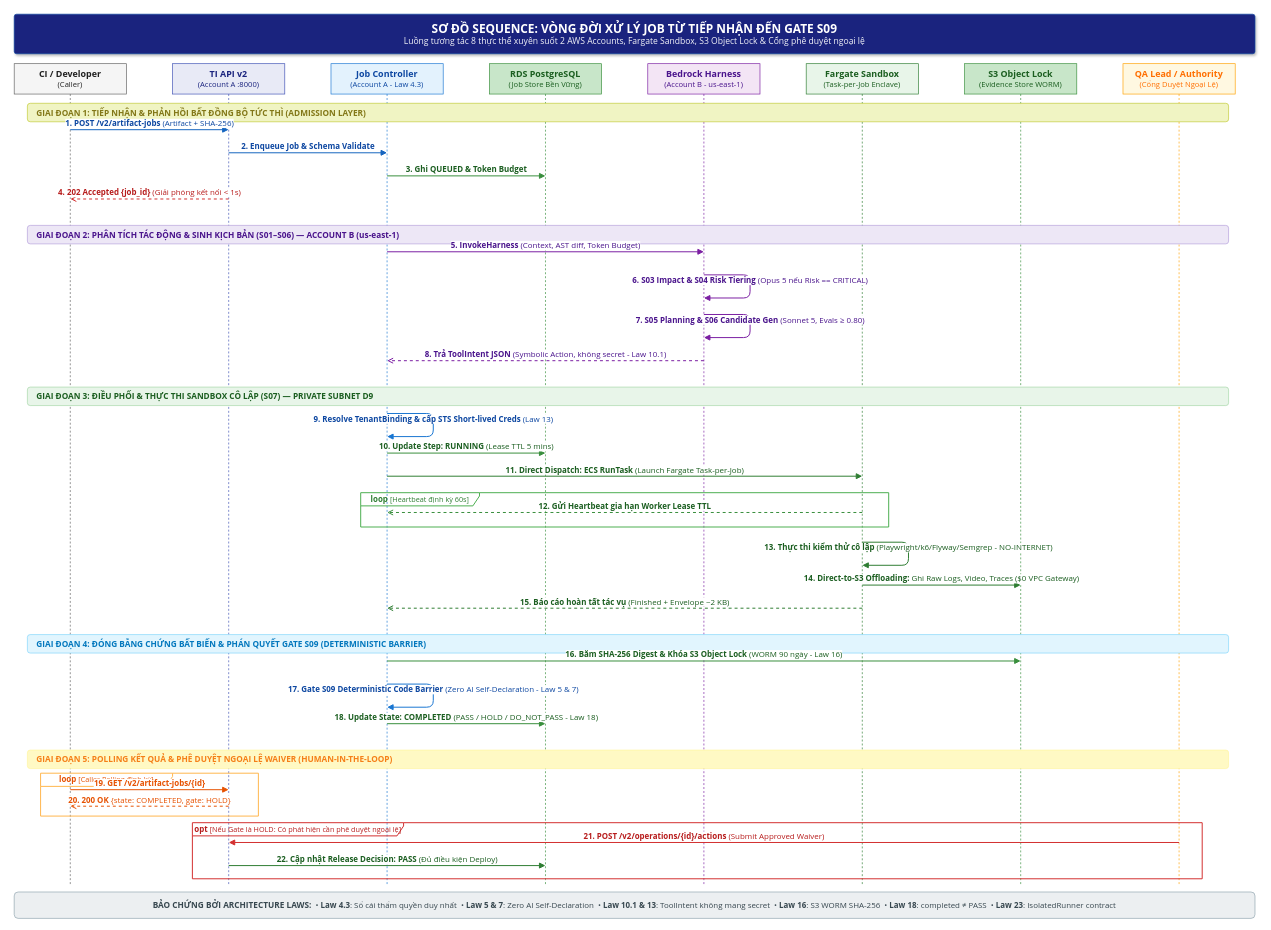
Above: diagram/images/TI_Sequence_Lifecycle.drawio in BuiThanhNghiaDTU19122004/TestIntelligent_doc (draw.io), before the change. Source tidied: cells renumbered, new cells numbered last; positions are measured from the earlier drawing's top-left corner, leaving out a move shared by most shapes. Both pictures are drawn from the tidied source at 66%, with x=0, y=0 at pixel (14, 14).
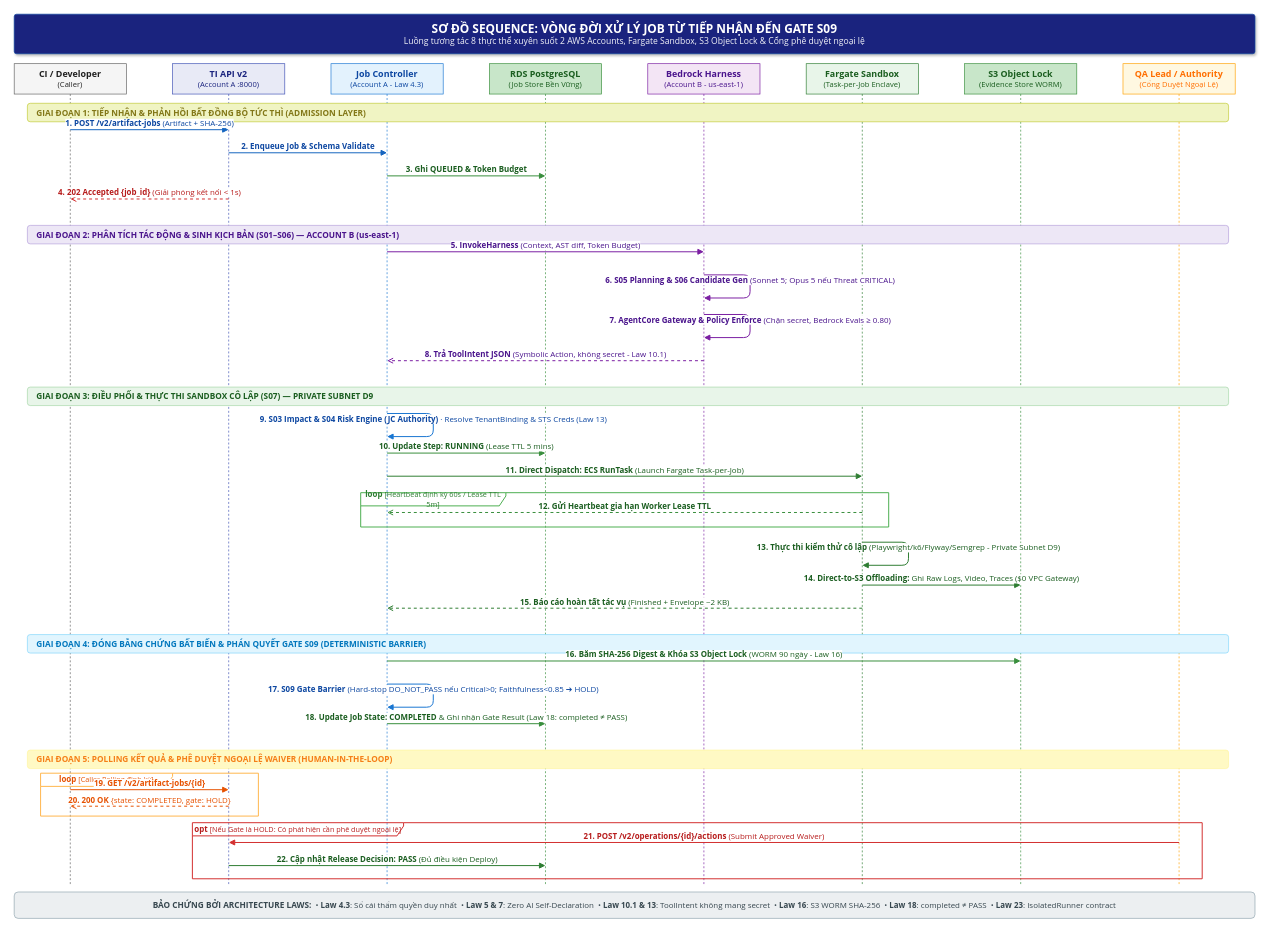
Above is the later version.

The edit, as a diff of the source:
```diff
@@
-    <mxCell id="18" value="&lt;b style=&quot;font-size: 12px;&quot;&gt;6. S03 Impact &amp;amp; S04 Risk Tiering&lt;/b&gt; (Opus 5 nếu Risk == CRITICAL)" style="html=1;verticalAlign=bottom;endArrow=block;rounded=1;fontFamily=Segoe UI, Arial, sans-serif;fontSize=12;strokeColor=#7b1fa2;strokeWidth=1.5;fontColor=#4a148c;labelBackgroundColor=#ffffff;" parent="1" edge="1">
+    <mxCell id="18" value="&lt;b style=&quot;font-size: 12px;&quot;&gt;6. S05 Planning &amp;amp; S06 Candidate Gen&lt;/b&gt; (Sonnet 5; Opus 5 nếu Threat CRITICAL)" style="html=1;verticalAlign=bottom;endArrow=block;rounded=1;fontFamily=Segoe UI, Arial, sans-serif;fontSize=12;strokeColor=#7b1fa2;strokeWidth=1.5;fontColor=#4a148c;labelBackgroundColor=#ffffff;" parent="1" edge="1">
       <mxGeometry relative="1" as="geometry">
         <mxPoint x="1045" y="395" as="sourcePoint" />
         <mxPoint x="1045" y="430" as="targetPoint" />
         <Array as="points">
           <mxPoint x="1115" y="395" />
           <mxPoint x="1115" y="430" />
         </Array>
       </mxGeometry>
     </mxCell>
-    <mxCell id="19" value="&lt;b style=&quot;font-size: 12px;&quot;&gt;7. S05 Planning &amp;amp; S06 Candidate Gen&lt;/b&gt; (Sonnet 5, Evals &amp;ge; 0.80)" style="html=1;verticalAlign=bottom;endArrow=block;rounded=1;fontFamily=Segoe UI, Arial, sans-serif;fontSize=12;strokeColor=#7b1fa2;strokeWidth=1.5;fontColor=#4a148c;labelBackgroundColor=#ffffff;" parent="1" edge="1">
+    <mxCell id="19" value="&lt;b style=&quot;font-size: 12px;&quot;&gt;7. AgentCore Gateway &amp;amp; Policy Enforce&lt;/b&gt; (Chặn secret, Bedrock Evals &amp;ge; 0.80)" style="html=1;verticalAlign=bottom;endArrow=block;rounded=1;fontFamily=Segoe UI, Arial, sans-serif;fontSize=12;strokeColor=#7b1fa2;strokeWidth=1.5;fontColor=#4a148c;labelBackgroundColor=#ffffff;" parent="1" edge="1">
       <mxGeometry relative="1" as="geometry">
         <mxPoint x="1045" y="455" as="sourcePoint" />
         <mxPoint x="1045" y="490" as="targetPoint" />
         <Array as="points">
           <mxPoint x="1115" y="455" />
           <mxPoint x="1115" y="490" />
         </Array>
       </mxGeometry>
     </mxCell>
@@
-    <mxCell id="22" value="&lt;b style=&quot;font-size: 12px;&quot;&gt;9. Resolve TenantBinding &amp;amp; cấp STS Short-lived Creds&lt;/b&gt; (Law 13)" style="html=1;verticalAlign=bottom;endArrow=block;rounded=1;fontFamily=Segoe UI, Arial, sans-serif;fontSize=12;strokeColor=#1976d2;strokeWidth=1.5;fontColor=#0d47a1;labelBackgroundColor=#ffffff;" parent="1" edge="1">
+    <mxCell id="22" value="&lt;b style=&quot;font-size: 12px;&quot;&gt;9. S03 Impact &amp;amp; S04 Risk Engine (JC Authority)&lt;/b&gt; · Resolve TenantBinding &amp;amp; STS Creds (Law 13)" style="html=1;verticalAlign=bottom;endArrow=block;rounded=1;fontFamily=Segoe UI, Arial, sans-serif;fontSize=12;strokeColor=#1976d2;strokeWidth=1.5;fontColor=#0d47a1;labelBackgroundColor=#ffffff;" parent="1" edge="1">
       <mxGeometry relative="1" as="geometry">
         <mxPoint x="565" y="605" as="sourcePoint" />
         <mxPoint x="565" y="640" as="targetPoint" />
         <Array as="points">
           <mxPoint x="635" y="605" />
           <mxPoint x="635" y="640" />
         </Array>
       </mxGeometry>
     </mxCell>
@@
-    <mxCell id="25" value="&lt;b style=&quot;font-size: 12px;&quot;&gt;loop&lt;/b&gt; &lt;span style=&quot;font-size: 11px;&quot;&gt;[Heartbeat định kỳ 60s]&lt;/span&gt;" style="shape=umlFrame;whiteSpace=wrap;html=1;width=180;height=20;fillColor=none;strokeColor=#4caf50;strokeWidth=1.5;fontColor=#2e7d32;fontFamily=Segoe UI, Arial, sans-serif;" parent="1" vertex="1">
+    <mxCell id="25" value="&lt;b style=&quot;font-size: 12px;&quot;&gt;loop&lt;/b&gt; &lt;span style=&quot;font-size: 11px;&quot;&gt;[Heartbeat định kỳ 60s / Lease TTL 5m]&lt;/span&gt;" style="shape=umlFrame;whiteSpace=wrap;html=1;width=220;height=20;fillColor=none;strokeColor=#4caf50;strokeWidth=1.5;fontColor=#2e7d32;fontFamily=Segoe UI, Arial, sans-serif;" parent="1" vertex="1">
       <mxGeometry x="525" y="725" width="800" height="52" as="geometry" />
     </mxCell>
@@
-    <mxCell id="27" value="&lt;b style=&quot;font-size: 12px;&quot;&gt;13. Thực thi kiểm thử cô lập&lt;/b&gt; (Playwright/k6/Flyway/Semgrep - NO-INTERNET)" style="html=1;verticalAlign=bottom;endArrow=block;rounded=1;fontFamily=Segoe UI, Arial, sans-serif;fontSize=12;strokeColor=#2e7d32;strokeWidth=1.5;fontColor=#1b5e20;labelBackgroundColor=#ffffff;" parent="1" edge="1">
+    <mxCell id="27" value="&lt;b style=&quot;font-size: 12px;&quot;&gt;13. Thực thi kiểm thử cô lập&lt;/b&gt; (Playwright/k6/Flyway/Semgrep - Private Subnet D9)" style="html=1;verticalAlign=bottom;endArrow=block;rounded=1;fontFamily=Segoe UI, Arial, sans-serif;fontSize=12;strokeColor=#2e7d32;strokeWidth=1.5;fontColor=#1b5e20;labelBackgroundColor=#ffffff;" parent="1" edge="1">
       <mxGeometry relative="1" as="geometry">
         <mxPoint x="1285" y="800" as="sourcePoint" />
         <mxPoint x="1285" y="835" as="targetPoint" />
         <Array as="points">
           <mxPoint x="1355" y="800" />
           <mxPoint x="1355" y="835" />
         </Array>
       </mxGeometry>
     </mxCell>
@@
-    <mxCell id="32" value="&lt;b style=&quot;font-size: 12px;&quot;&gt;17. Gate S09 Deterministic Code Barrier&lt;/b&gt; (Zero AI Self-Declaration - Law 5 &amp;amp; 7)" style="html=1;verticalAlign=bottom;endArrow=block;rounded=1;fontFamily=Segoe UI, Arial, sans-serif;fontSize=12;strokeColor=#1976d2;strokeWidth=1.5;fontColor=#0d47a1;labelBackgroundColor=#ffffff;" parent="1" edge="1">
+    <mxCell id="32" value="&lt;b style=&quot;font-size: 12px;&quot;&gt;17. S09 Gate Barrier&lt;/b&gt; (Hard-stop DO_NOT_PASS nếu Critical&gt;0; Faithfulness&lt;0.85 ➔ HOLD)" style="html=1;verticalAlign=bottom;endArrow=block;rounded=1;fontFamily=Segoe UI, Arial, sans-serif;fontSize=12;strokeColor=#1976d2;strokeWidth=1.5;fontColor=#0d47a1;labelBackgroundColor=#ffffff;" parent="1" edge="1">
       <mxGeometry relative="1" as="geometry">
         <mxPoint x="565" y="1015" as="sourcePoint" />
         <mxPoint x="565" y="1050" as="targetPoint" />
         <Array as="points">
           <mxPoint x="635" y="1015" />
           <mxPoint x="635" y="1050" />
         </Array>
       </mxGeometry>
     </mxCell>
-    <mxCell id="33" value="&lt;b style=&quot;font-size: 12px;&quot;&gt;18. Update State: COMPLETED&lt;/b&gt; (PASS / HOLD / DO_NOT_PASS - Law 18)" style="html=1;verticalAlign=bottom;endArrow=block;rounded=0;fontFamily=Segoe UI, Arial, sans-serif;fontSize=12;strokeColor=#388e3c;strokeWidth=1.5;fontColor=#1b5e20;labelBackgroundColor=#ffffff;" parent="1" edge="1">
+    <mxCell id="33" value="&lt;b style=&quot;font-size: 12px;&quot;&gt;18. Update Job State: COMPLETED&lt;/b&gt; &amp;amp; Ghi nhận Gate Result (Law 18: completed &amp;ne; PASS)" style="html=1;verticalAlign=bottom;endArrow=block;rounded=0;fontFamily=Segoe UI, Arial, sans-serif;fontSize=12;strokeColor=#388e3c;strokeWidth=1.5;fontColor=#1b5e20;labelBackgroundColor=#ffffff;" parent="1" edge="1">
       <mxGeometry relative="1" as="geometry">
         <mxPoint x="565" y="1075" as="sourcePoint" />
         <mxPoint x="805" y="1075" as="targetPoint" />
       </mxGeometry>
     </mxCell>
```
